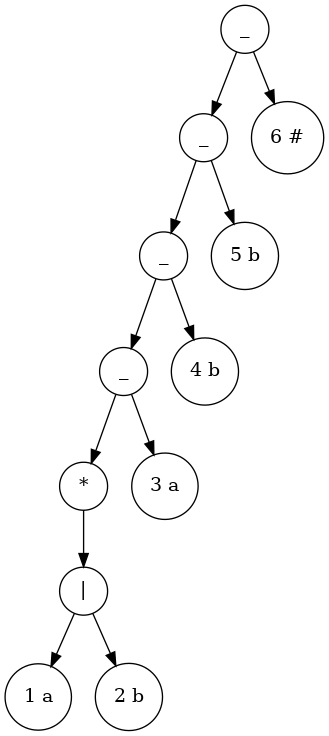
Before: tree_output/tree_output.png, a diagram exported from Graphviz (x6x4/LAB2_URGENCY). Its source is kept beside it as tree_output/tree_output.dot. The source it was exported from:
```dot
digraph Tree {
node [shape=circle];
94800220705344 [label="_"];
94800220705344 -> 94800220705168;
94800220705168 [label="_"];
94800220705168 -> 94800220705024;
94800220705024 [label="_"];
94800220705024 -> 94800220704928;
94800220704928 [label="_"];
94800220704928 -> 94800220704832;
94800220704832 [label="*"];
94800220704832 -> 94800220704784;
94800220704784 [label="|"];
94800220704784 -> 94800220704432;
94800220704432 [label="1 a"];
94800220704784 -> 94800220704624;
94800220704624 [label="2 b"];
94800220704928 -> 94800220704880;
94800220704880 [label="3 a"];
94800220705024 -> 94800220704976;
94800220704976 [label="4 b"];
94800220705168 -> 94800220705072;
94800220705072 [label="5 b"];
94800220705344 -> 94800220705216;
94800220705216 [label="6 #"];
}
```
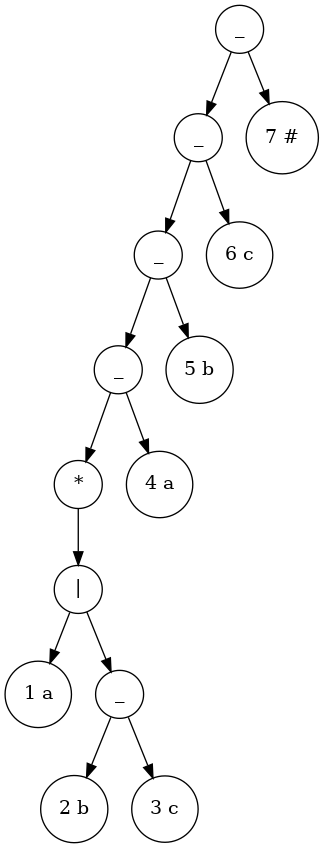
Later version of the same file.

Diff of the diagram source:
```diff
@@ -1,26 +1,30 @@
 digraph Tree {
 node [shape=circle];
-94800220705344 [label="_"];
-94800220705344 -> 94800220705168;
-94800220705168 [label="_"];
-94800220705168 -> 94800220705024;
-94800220705024 [label="_"];
-94800220705024 -> 94800220704928;
-94800220704928 [label="_"];
-94800220704928 -> 94800220704832;
-94800220704832 [label="*"];
-94800220704832 -> 94800220704784;
-94800220704784 [label="|"];
-94800220704784 -> 94800220704432;
-94800220704432 [label="1 a"];
-94800220704784 -> 94800220704624;
-94800220704624 [label="2 b"];
-94800220704928 -> 94800220704880;
-94800220704880 [label="3 a"];
-94800220705024 -> 94800220704976;
-94800220704976 [label="4 b"];
-94800220705168 -> 94800220705072;
-94800220705072 [label="5 b"];
-94800220705344 -> 94800220705216;
-94800220705216 [label="6 #"];
+93983000532752 [label="_"];
+93983000532752 -> 93983000532544;
+93983000532544 [label="_"];
+93983000532544 -> 93983000532448;
+93983000532448 [label="_"];
+93983000532448 -> 93983000532352;
+93983000532352 [label="_"];
+93983000532352 -> 93983000532256;
+93983000532256 [label="*"];
+93983000532256 -> 93983000532208;
+93983000532208 [label="|"];
+93983000532208 -> 93983000531648;
+93983000531648 [label="1 a"];
+93983000532208 -> 93983000532160;
+93983000532160 [label="_"];
+93983000532160 -> 93983000531840;
+93983000531840 [label="2 b"];
+93983000532160 -> 93983000532000;
+93983000532000 [label="3 c"];
+93983000532352 -> 93983000532304;
+93983000532304 [label="4 a"];
+93983000532448 -> 93983000532400;
+93983000532400 [label="5 b"];
+93983000532544 -> 93983000532496;
+93983000532496 [label="6 c"];
+93983000532752 -> 93983000532592;
+93983000532592 [label="7 #"];
 }
```
